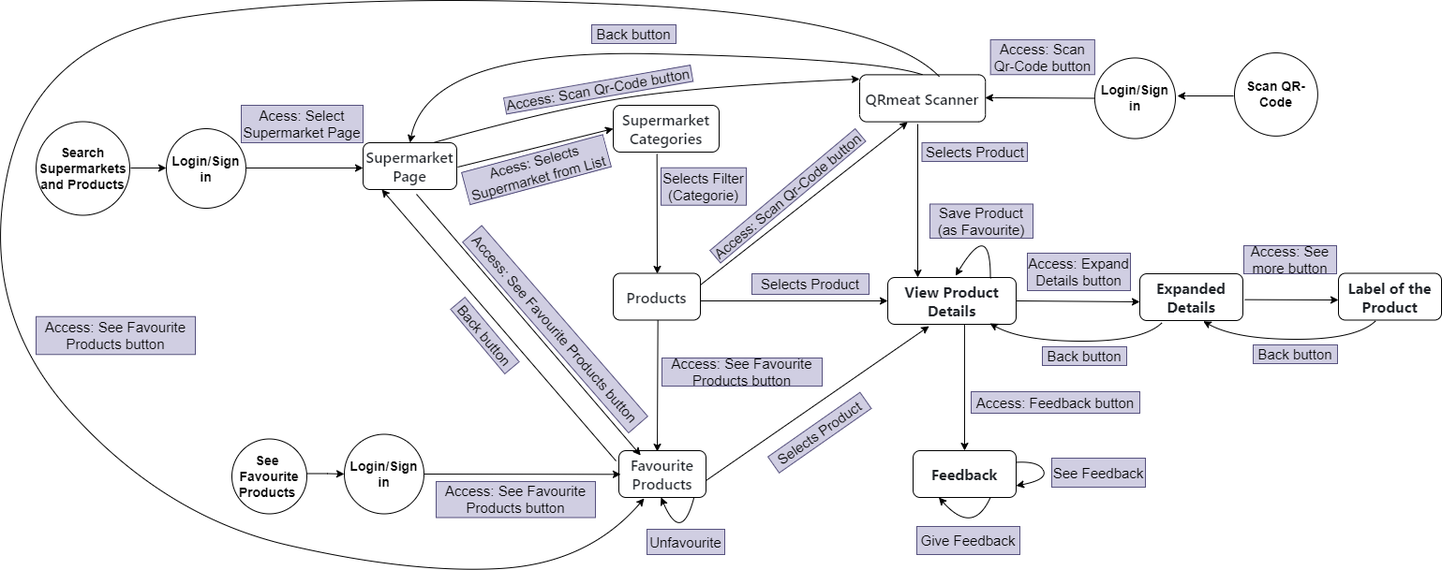
Earlier version of the draw.io export front-end/stories/Story1.drawio.png (Allezluia/aw-project). Source tidied: cells renumbered, new cells last; positions are measured from the earlier drawing's top-left corner, leaving out a move shared by most shapes.
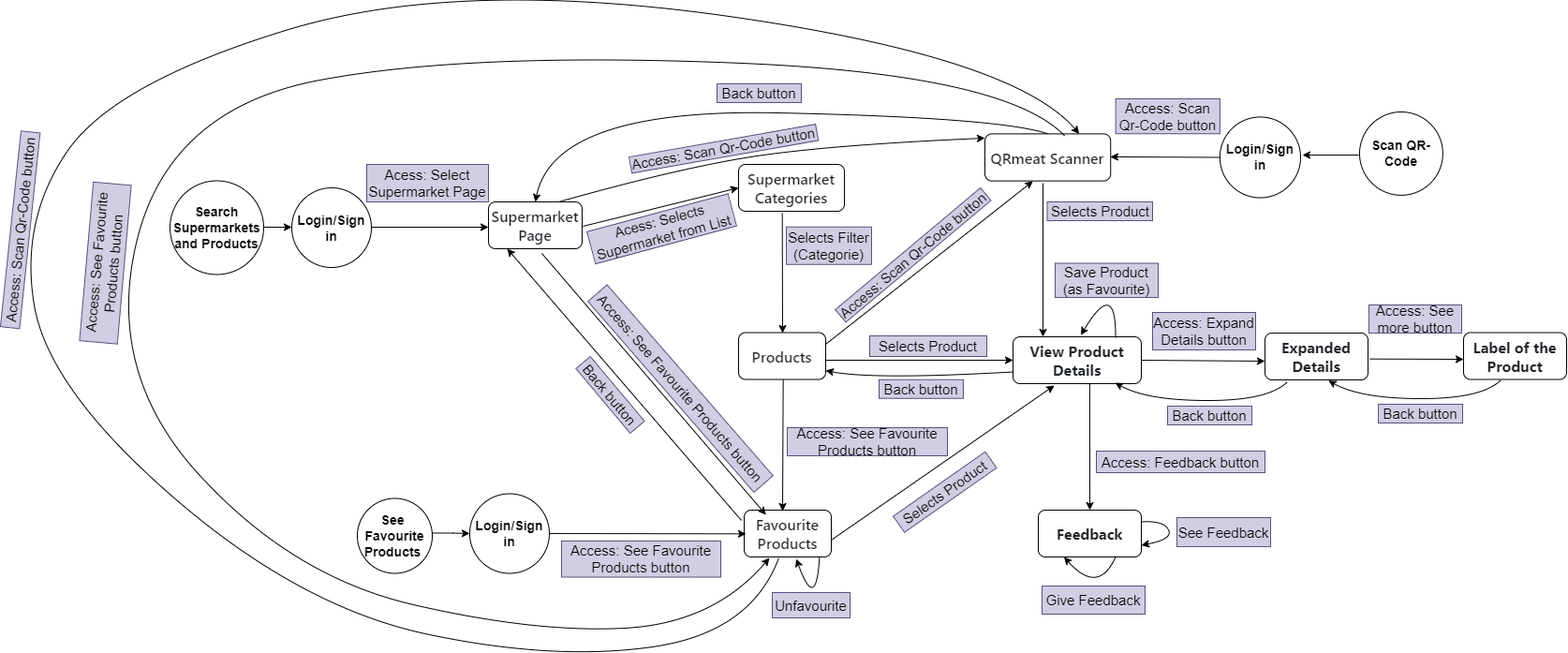
After the commit.

Diff of the diagram source:
```diff
@@ -19,7 +19,7 @@
       </mxGeometry>
     </mxCell>
     <mxCell id="6" value="&lt;font style=&quot;font-size: 15px;&quot;&gt;Selects Product&lt;/font&gt;" style="text;html=1;align=center;verticalAlign=middle;whiteSpace=wrap;rounded=0;rotation=0;fillColor=#d0cee2;strokeColor=#56517e;" parent="1" vertex="1">
-      <mxGeometry x="825" y="300" width="125" height="22" as="geometry" />
+      <mxGeometry x="817" y="303" width="125" height="22" as="geometry" />
     </mxCell>
     <mxCell id="7" value="&lt;div style=&quot;&quot;&gt;&lt;font face=&quot;-apple-system, BlinkMacSystemFont, Segoe UI, Noto Sans, Helvetica, Arial, sans-serif, Apple Color Emoji, Segoe UI Emoji&quot; color=&quot;#1f2328&quot;&gt;&lt;span style=&quot;font-size: 16px; background-color: rgb(255, 255, 255);&quot;&gt;&lt;b&gt;View Product Details&lt;/b&gt;&lt;/span&gt;&lt;/font&gt;&lt;/div&gt;" style="rounded=1;whiteSpace=wrap;html=1;align=center;" parent="1" vertex="1">
       <mxGeometry x="970" y="304" width="137" height="50" as="geometry" />
@@ -40,15 +40,12 @@
       <mxGeometry x="997" y="489" width="110" height="50" as="geometry" />
     </mxCell>
     <mxCell id="13" value="&lt;span style=&quot;font-size: 14px;&quot;&gt;&lt;b&gt;Search Supermarkets and Products&lt;/b&gt;&lt;/span&gt;" style="ellipse;whiteSpace=wrap;html=1;" parent="1" vertex="1">
-      <mxGeometry x="61" y="137.5" width="100" height="100" as="geometry" />
+      <mxGeometry x="70" y="137.5" width="100" height="100" as="geometry" />
     </mxCell>
     <mxCell id="14" style="endArrow=classic;html=1;rounded=0;" parent="1" edge="1">
       <mxGeometry relative="1" as="geometry">
-        <mxPoint x="162" y="187" as="sourcePoint" />
+        <mxPoint x="170" y="187" as="sourcePoint" />
         <mxPoint x="200" y="187" as="targetPoint" />
-        <Array as="points">
-          <mxPoint x="162" y="187" />
-        </Array>
       </mxGeometry>
     </mxCell>
     <mxCell id="15" style="endArrow=classic;html=1;rounded=0;entryX=0;entryY=0.54;entryDx=0;entryDy=0;entryPerimeter=0;" parent="1" edge="1" target="41">
@@ -152,7 +149,7 @@
       </mxGeometry>
     </mxCell>
     <mxCell id="35" value="&lt;font style=&quot;font-size: 15px;&quot;&gt;Access: See Favourite Products button&lt;/font&gt;" style="text;html=1;align=center;verticalAlign=middle;whiteSpace=wrap;rounded=0;rotation=0;fillColor=#d0cee2;strokeColor=#56517e;" parent="1" vertex="1">
-      <mxGeometry x="729" y="390" width="171" height="30" as="geometry" />
+      <mxGeometry x="729" y="401" width="171" height="30" as="geometry" />
     </mxCell>
     <mxCell id="36" value="&lt;span style=&quot;font-size: 14px;&quot;&gt;&lt;b&gt;Login/Sign in&lt;/b&gt;&lt;/span&gt;" style="ellipse;whiteSpace=wrap;html=1;" parent="1" vertex="1">
       <mxGeometry x="390" y="471.5" width="85" height="85" as="geometry" />
@@ -186,17 +183,16 @@
     <mxCell id="43" value="&lt;font style=&quot;font-size: 15px;&quot;&gt;Access: See Favourite Products button&lt;/font&gt;" style="text;html=1;align=center;verticalAlign=middle;whiteSpace=wrap;rounded=0;rotation=0;fillColor=#d0cee2;strokeColor=#56517e;" parent="1" vertex="1">
       <mxGeometry x="488" y="522" width="170" height="38.5" as="geometry" />
     </mxCell>
-    <mxCell id="44" style="curved=1;endArrow=classic;html=1;rounded=0;exitX=0.639;exitY=0.983;exitDx=0;exitDy=0;entryX=0.25;entryY=1;entryDx=0;entryDy=0;exitPerimeter=0;" parent="1" edge="1">
+    <mxCell id="44" style="curved=1;endArrow=classic;html=1;rounded=0;exitX=0.639;exitY=0.983;exitDx=0;exitDy=0;entryX=0.598;entryY=1.042;entryDx=0;entryDy=0;exitPerimeter=0;entryPerimeter=0;" parent="1" edge="1" target="39">
       <mxGeometry relative="1" as="geometry">
         <mxPoint x="763.4" y="538.1" as="sourcePoint" />
-        <mxPoint x="728" y="539" as="targetPoint" />
         <Array as="points">
-          <mxPoint x="750" y="590" />
+          <mxPoint x="760" y="600" />
         </Array>
       </mxGeometry>
     </mxCell>
     <mxCell id="45" value="&lt;font style=&quot;font-size: 15px;&quot;&gt;Unfavourite&lt;/font&gt;" style="text;html=1;align=center;verticalAlign=middle;whiteSpace=wrap;rounded=0;rotation=0;fillColor=#d0cee2;strokeColor=#56517e;" parent="1" vertex="1">
-      <mxGeometry x="713" y="573" width="83" height="27" as="geometry" />
+      <mxGeometry x="713" y="577" width="83" height="27" as="geometry" />
     </mxCell>
     <mxCell id="46" style="endArrow=classic;html=1;rounded=0;" parent="1" edge="1">
       <mxGeometry relative="1" as="geometry">
@@ -279,7 +275,7 @@
         <Array as="points">
           <mxPoint x="962" y="23.6" />
           <mxPoint x="390" />
-          <mxPoint x="60" y="50" />
+          <mxPoint x="70" y="60" />
           <mxPoint y="340" />
           <mxPoint x="200" y="560" />
           <mxPoint x="460" y="620" />
@@ -287,8 +283,8 @@
         </Array>
       </mxGeometry>
     </mxCell>
-    <mxCell id="63" value="&lt;font style=&quot;font-size: 15px;&quot;&gt;Access: See Favourite Products button&lt;/font&gt;" style="text;html=1;align=center;verticalAlign=middle;whiteSpace=wrap;rounded=0;rotation=0;fillColor=#d0cee2;strokeColor=#56517e;" parent="1" vertex="1">
-      <mxGeometry x="61" y="345.8" width="170" height="40.5" as="geometry" />
+    <mxCell id="63" value="&lt;font style=&quot;font-size: 15px;&quot;&gt;Access: See Favourite Products button&lt;/font&gt;" style="text;html=1;align=center;verticalAlign=middle;whiteSpace=wrap;rounded=0;rotation=-85;fillColor=#d0cee2;strokeColor=#56517e;" parent="1" vertex="1">
+      <mxGeometry x="-84" y="205" width="170" height="40.5" as="geometry" />
     </mxCell>
     <mxCell id="64" style="curved=1;endArrow=classic;html=1;rounded=0;entryX=0;entryY=0.25;entryDx=0;entryDy=0;exitX=0.75;exitY=0;exitDx=0;exitDy=0;" parent="1" edge="1" source="41">
       <mxGeometry relative="1" as="geometry">
@@ -308,5 +304,34 @@
     <mxCell id="67" style="endArrow=classic;html=1;rounded=0;exitX=1;exitY=0.25;exitDx=0;exitDy=0;entryX=0.382;entryY=1.005;entryDx=0;entryDy=0;entryPerimeter=0;" parent="1" edge="1" source="11" target="54">
       <mxGeometry relative="1" as="geometry" />
     </mxCell>
+    <mxCell id="68" style="curved=1;endArrow=classic;html=1;rounded=0;entryX=0.75;entryY=0;entryDx=0;entryDy=0;" parent="1" edge="1" target="54">
+      <mxGeometry relative="1" as="geometry">
+        <mxPoint x="720" y="540" as="sourcePoint" />
+        <Array as="points">
+          <mxPoint x="690" y="620" />
+          <mxPoint x="480" y="650" />
+          <mxPoint x="210" y="593" />
+          <mxPoint x="-60" y="360" />
+          <mxPoint x="-90" y="180" />
+          <mxPoint x="10" y="33" />
+          <mxPoint x="380" y="-80" />
+          <mxPoint x="972" y="6.6" />
+        </Array>
+      </mxGeometry>
+    </mxCell>
+    <mxCell id="69" value="&lt;span style=&quot;font-size: 15px;&quot;&gt;Access: Scan Qr-Code button&lt;/span&gt;" style="text;html=1;align=center;verticalAlign=middle;whiteSpace=wrap;rounded=0;rotation=-84;fillColor=#d0cee2;strokeColor=#56517e;" parent="1" vertex="1">
+      <mxGeometry x="-194.8" y="179.6" width="210" height="20.5" as="geometry" />
+    </mxCell>
+    <mxCell id="70" style="curved=1;endArrow=classic;html=1;rounded=0;exitX=0;exitY=0.75;exitDx=0;exitDy=0;" parent="1" edge="1" source="7">
+      <mxGeometry relative="1" as="geometry">
+        <mxPoint x="770" y="340" as="targetPoint" />
+        <Array as="points">
+          <mxPoint x="820" y="350" />
+        </Array>
+      </mxGeometry>
+    </mxCell>
+    <mxCell id="71" value="&lt;font style=&quot;font-size: 15px;&quot;&gt;Back button&lt;/font&gt;" style="text;html=1;align=center;verticalAlign=middle;whiteSpace=wrap;rounded=0;rotation=0;fillColor=#d0cee2;strokeColor=#56517e;" parent="1" vertex="1">
+      <mxGeometry x="827" y="349.8" width="90" height="20" as="geometry" />
+    </mxCell>
   </root>
 </mxGraphModel>
```
